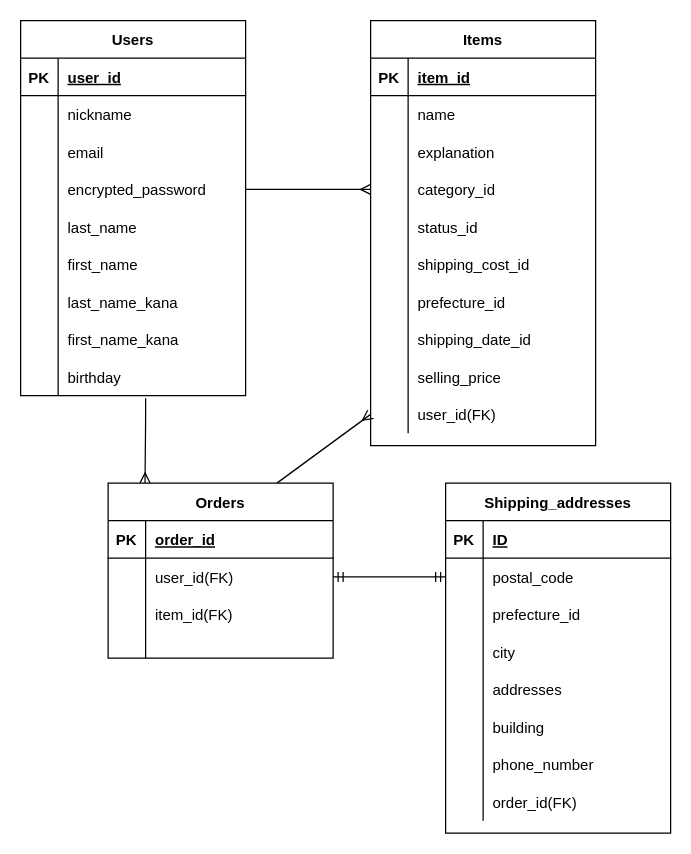
Before: ER.dio in ake3/furima-36701, a draw.io diagram. Source tidied: cells renumbered, new cells numbered last; positions are measured from the earlier drawing's top-left corner, leaving out a move shared by most shapes. Both pictures are drawn from the tidied source at 125%, with x=0, y=0 at pixel (20, 20).
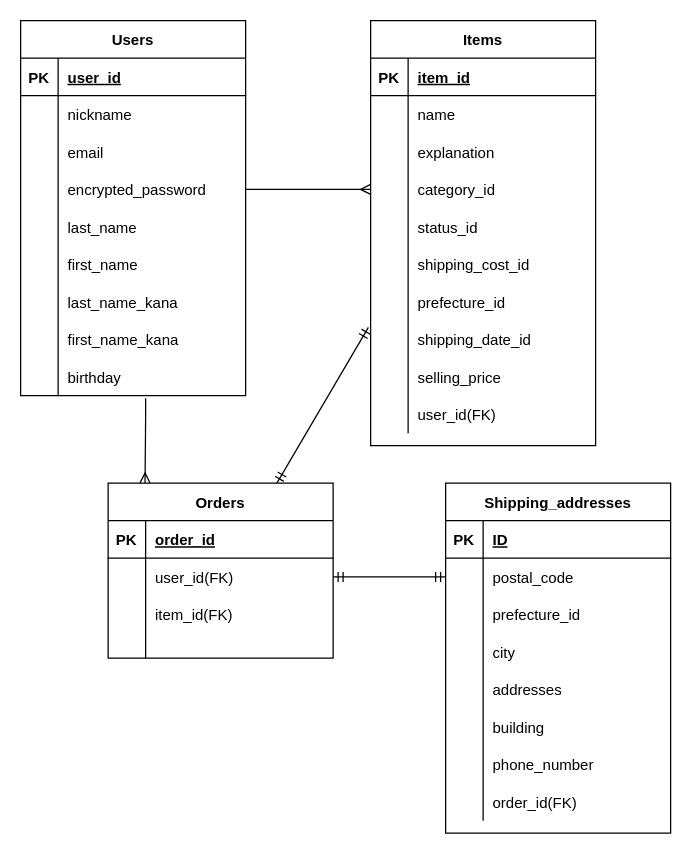
The same diagram, later.

Commit message (it also covers changes not shown here):
アソシエーション訂正

The change refers to these unchanged cells:
```xml
<mxCell id="52" style="shape=partialRectangle;fillColor=none;top=0;left=0;bottom=0;right=0;points=[[0,0.5],[1,0.5]];portConstraint=eastwest;" parent="30" vertex="1">
  <mxGeometry y="240" width="180" height="30" as="geometry" />
</mxCell>
<mxCell id="58" style="shape=partialRectangle;fillColor=none;top=0;left=0;bottom=0;right=0;points=[[0,0.5],[1,0.5]];portConstraint=eastwest;" parent="30" vertex="1">
  <mxGeometry y="300" width="180" height="30" as="geometry" />
</mxCell>
<mxCell id="88" value="Orders" style="shape=table;startSize=30;childLayout=tableLayout;rowLines=0;fontStyle=1;align=center;" parent="1" vertex="1">
  <mxGeometry x="70" y="370" width="180" height="140" as="geometry" />
</mxCell>
```

Change to the diagram source:
```diff
@@
-    <mxCell id="87" style="edgeStyle=none;html=1;exitX=0.75;exitY=0;exitDx=0;exitDy=0;endArrow=ERmany;endFill=0;entryX=0;entryY=0.5;entryDx=0;entryDy=0;" parent="1" edge="1" source="88" target="58">
-      <mxGeometry relative="1" as="geometry" />
-    </mxCell>
+    <mxCell id="103" style="edgeStyle=none;html=1;exitX=0.75;exitY=0;exitDx=0;exitDy=0;entryX=-0.01;entryY=0.18;entryDx=0;entryDy=0;entryPerimeter=0;startArrow=ERmandOne;startFill=0;endArrow=ERmandOne;endFill=0;" parent="1" edge="1" source="88" target="52">
+      <mxGeometry relative="1" as="geometry" />
+    </mxCell>
```
